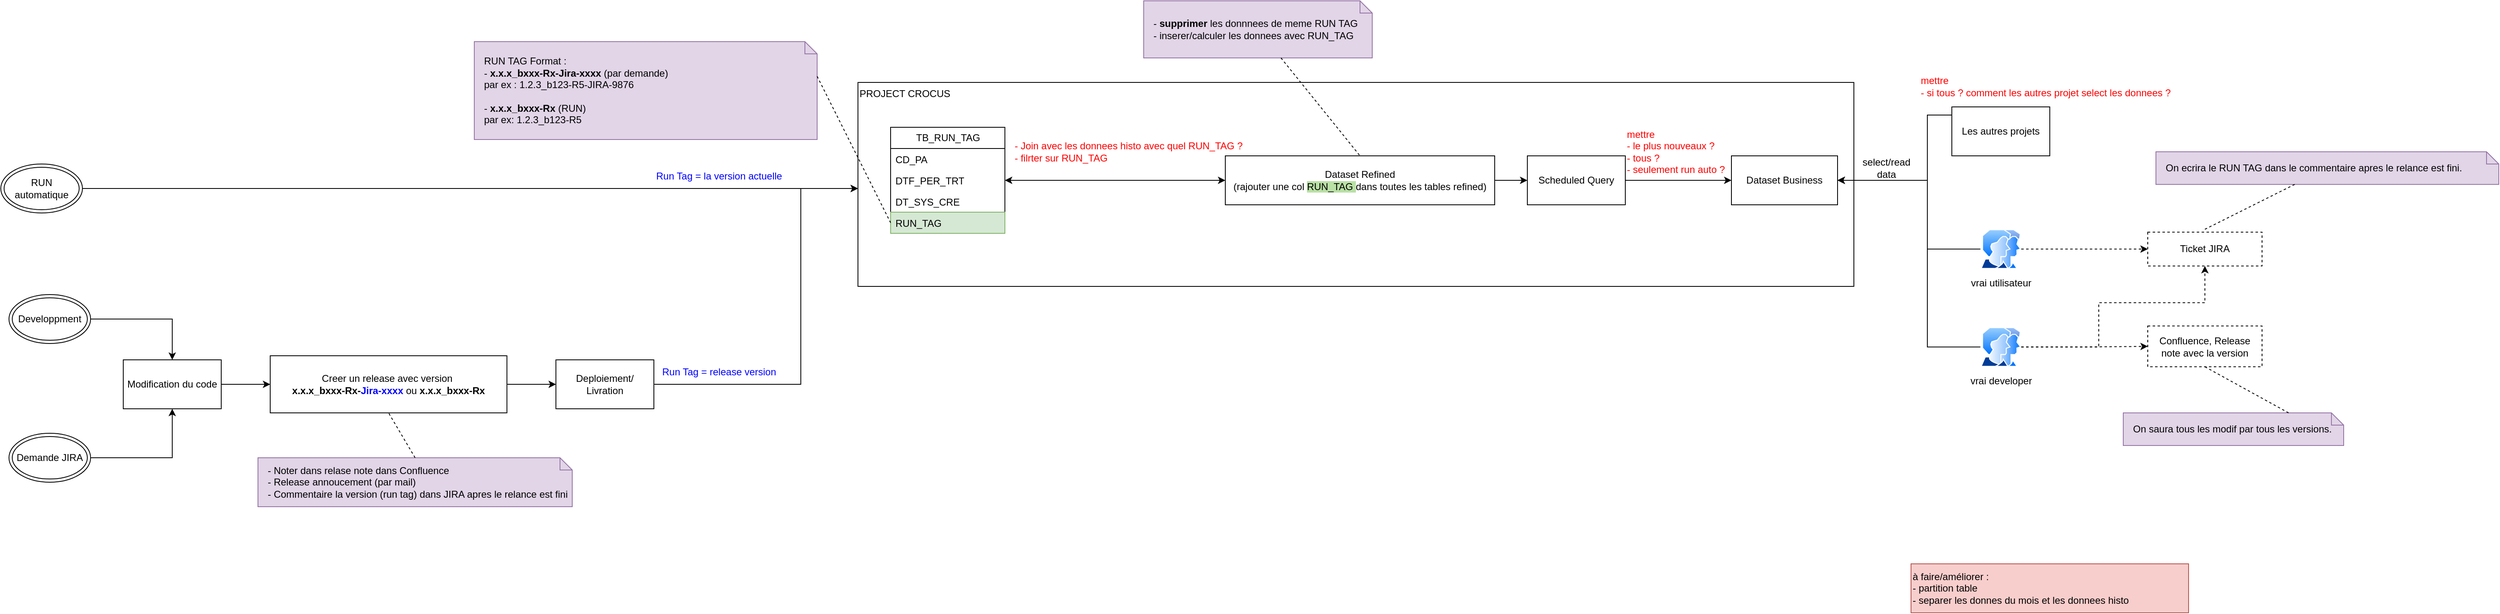
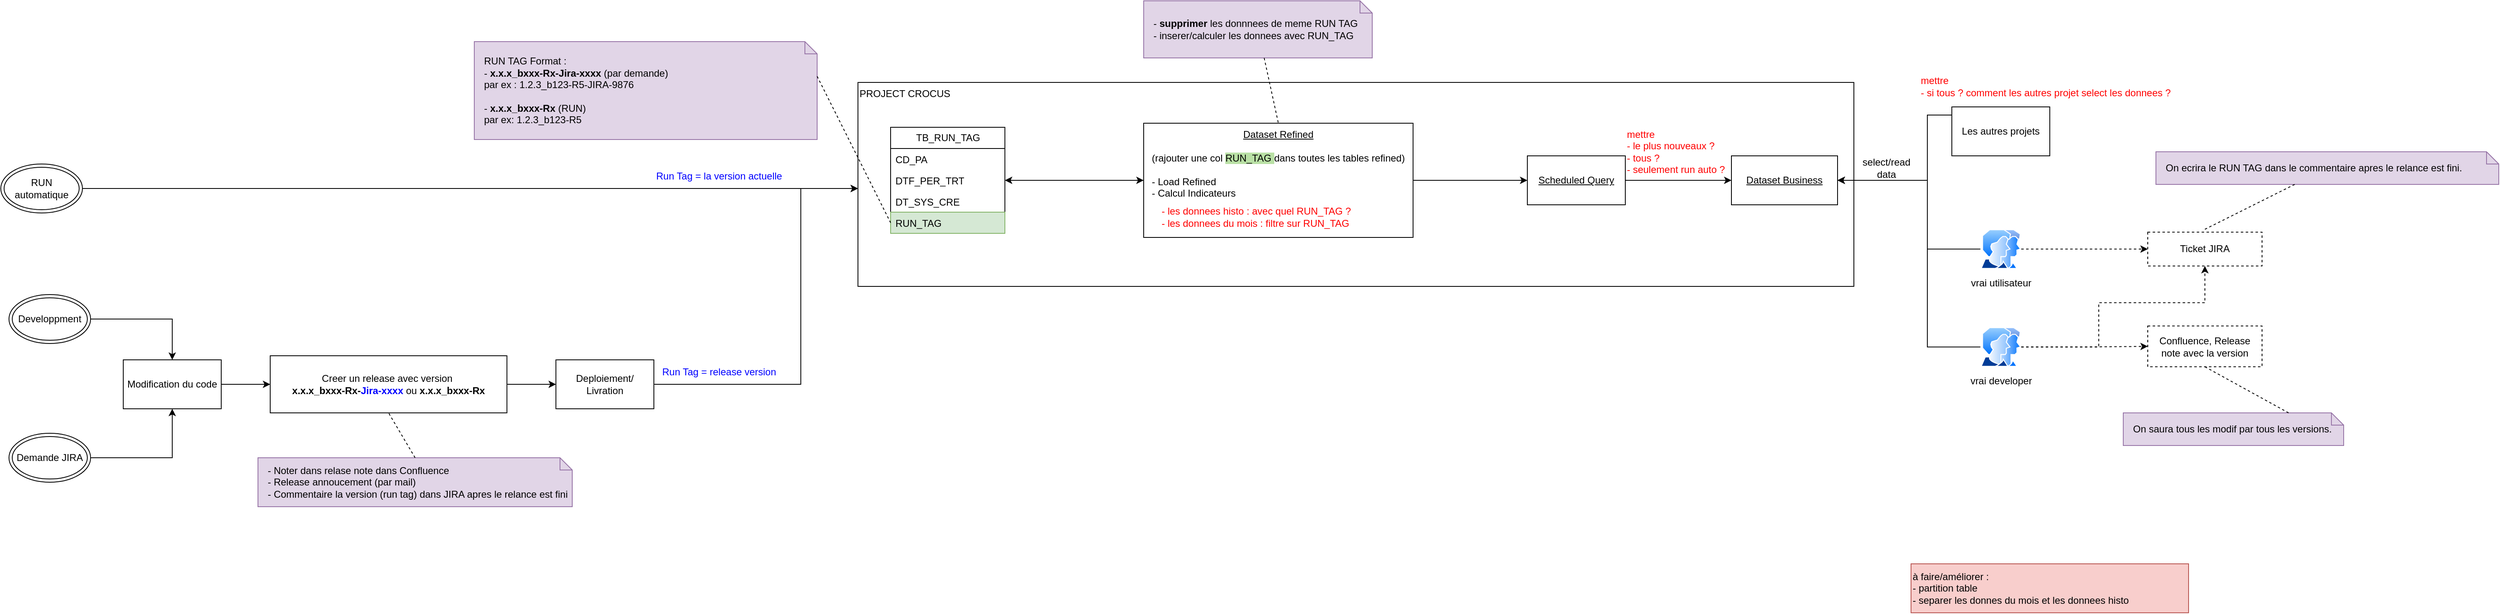
<mxfile host="app.diagrams.net">
  <diagram name="Page-1" id="bEAYSmEDHXBXhFzCy1HB">
    <mxGraphModel dx="2873" dy="1106" grid="1" gridSize="10" guides="1" tooltips="1" connect="1" arrows="1" fold="1" page="1" pageScale="1" pageWidth="827" pageHeight="1169" math="0" shadow="0">
      <root>
        <mxCell id="0" />
        <mxCell id="1" parent="0" />
        <mxCell id="QUzsFoNl6aFI_2ed8XXq-13" parent="1" style="rounded=0;whiteSpace=wrap;html=1;align=left;verticalAlign=top;" value="PROJECT CROCUS" vertex="1">
          <mxGeometry height="250" width="1220" x="380" y="140" as="geometry" />
        </mxCell>
        <mxCell id="QUzsFoNl6aFI_2ed8XXq-1" parent="1" style="swimlane;fontStyle=0;childLayout=stackLayout;horizontal=1;startSize=26;fillColor=none;horizontalStack=0;resizeParent=1;resizeParentMax=0;resizeLast=0;collapsible=1;marginBottom=0;html=1;" value="TB_RUN_TAG" vertex="1">
          <mxGeometry height="130" width="140" x="420" y="195" as="geometry" />
        </mxCell>
        <mxCell id="QUzsFoNl6aFI_2ed8XXq-2" parent="QUzsFoNl6aFI_2ed8XXq-1" style="text;strokeColor=none;fillColor=none;align=left;verticalAlign=top;spacingLeft=4;spacingRight=4;overflow=hidden;rotatable=0;points=[[0,0.5],[1,0.5]];portConstraint=eastwest;whiteSpace=wrap;html=1;" value="CD_PA" vertex="1">
          <mxGeometry height="26" width="140" y="26" as="geometry" />
        </mxCell>
        <mxCell id="QUzsFoNl6aFI_2ed8XXq-3" parent="QUzsFoNl6aFI_2ed8XXq-1" style="text;strokeColor=none;fillColor=none;align=left;verticalAlign=top;spacingLeft=4;spacingRight=4;overflow=hidden;rotatable=0;points=[[0,0.5],[1,0.5]];portConstraint=eastwest;whiteSpace=wrap;html=1;" value="DTF_PER_TRT" vertex="1">
          <mxGeometry height="26" width="140" y="52" as="geometry" />
        </mxCell>
        <mxCell id="QUzsFoNl6aFI_2ed8XXq-4" parent="QUzsFoNl6aFI_2ed8XXq-1" style="text;strokeColor=none;fillColor=none;align=left;verticalAlign=top;spacingLeft=4;spacingRight=4;overflow=hidden;rotatable=0;points=[[0,0.5],[1,0.5]];portConstraint=eastwest;whiteSpace=wrap;html=1;" value="DT_SYS_CRE" vertex="1">
          <mxGeometry height="26" width="140" y="78" as="geometry" />
        </mxCell>
        <mxCell id="QUzsFoNl6aFI_2ed8XXq-5" parent="QUzsFoNl6aFI_2ed8XXq-1" style="text;strokeColor=#82b366;fillColor=#d5e8d4;align=left;verticalAlign=top;spacingLeft=4;spacingRight=4;overflow=hidden;rotatable=0;points=[[0,0.5],[1,0.5]];portConstraint=eastwest;whiteSpace=wrap;html=1;" value="RUN_TAG" vertex="1">
          <mxGeometry height="26" width="140" y="104" as="geometry" />
        </mxCell>
        <mxCell id="QUzsFoNl6aFI_2ed8XXq-7" parent="1" style="shape=note;size=15;align=left;spacingLeft=10;html=1;whiteSpace=wrap;fillColor=#e1d5e7;strokeColor=#9673a6;" value="RUN TAG Format :&amp;nbsp;&lt;div&gt;- &lt;b&gt;x.x.x_bxxx-Rx-Jira-xxxx&lt;/b&gt; (par demande)&amp;nbsp;&lt;/div&gt;&lt;div&gt;par ex : 1.2.3_b123-R5-JIRA-9876&lt;/div&gt;&lt;div&gt;&lt;br&gt;&lt;/div&gt;&lt;div&gt;-&lt;b&gt; x.x.x_bxxx-Rx&lt;/b&gt; (RUN)&lt;/div&gt;&lt;div&gt;&lt;span style=&quot;background-color: transparent; color: light-dark(rgb(0, 0, 0), rgb(255, 255, 255));&quot;&gt;par ex: 1.2.3_b123-R5&lt;/span&gt;&lt;/div&gt;" vertex="1">
          <mxGeometry height="120" width="420" x="-90" y="90" as="geometry" />
        </mxCell>
        <mxCell id="QUzsFoNl6aFI_2ed8XXq-8" edge="1" parent="1" source="QUzsFoNl6aFI_2ed8XXq-7" style="edgeStyle=none;endArrow=none;exitX=0;exitY=0;dashed=1;html=1;rounded=0;entryX=0;entryY=0.5;entryDx=0;entryDy=0;exitDx=420;exitDy=42.5;exitPerimeter=0;" target="QUzsFoNl6aFI_2ed8XXq-5" value="">
          <mxGeometry relative="1" x="1" as="geometry">
            <mxPoint x="590" y="660" as="targetPoint" />
          </mxGeometry>
        </mxCell>
        <mxCell id="QUzsFoNl6aFI_2ed8XXq-10" parent="1" style="rounded=0;whiteSpace=wrap;html=1;dashed=1;" value="Confluence, Release note avec la v&lt;span style=&quot;background-color: transparent; color: light-dark(rgb(0, 0, 0), rgb(255, 255, 255));&quot;&gt;ersion&lt;/span&gt;" vertex="1">
          <mxGeometry height="50" width="140" x="1960" y="438.5" as="geometry" />
        </mxCell>
        <mxCell id="QUzsFoNl6aFI_2ed8XXq-11" parent="1" style="rounded=0;whiteSpace=wrap;html=1;dashed=1;" value="Ticket JIRA" vertex="1">
          <mxGeometry height="41.5" width="140" x="1960" y="323.5" as="geometry" />
        </mxCell>
        <mxCell id="QUzsFoNl6aFI_2ed8XXq-42" edge="1" parent="1" source="QUzsFoNl6aFI_2ed8XXq-12" style="edgeStyle=orthogonalEdgeStyle;rounded=0;orthogonalLoop=1;jettySize=auto;html=1;entryX=1;entryY=0.5;entryDx=0;entryDy=0;startArrow=classic;startFill=1;" target="QUzsFoNl6aFI_2ed8XXq-3">
          <mxGeometry relative="1" as="geometry" />
        </mxCell>
        <mxCell id="QUzsFoNl6aFI_2ed8XXq-50" edge="1" parent="1" source="QUzsFoNl6aFI_2ed8XXq-12" style="edgeStyle=orthogonalEdgeStyle;rounded=0;orthogonalLoop=1;jettySize=auto;html=1;" target="QUzsFoNl6aFI_2ed8XXq-46">
          <mxGeometry relative="1" as="geometry">
            <Array as="points" />
          </mxGeometry>
        </mxCell>
-         <mxCell id="QUzsFoNl6aFI_2ed8XXq-12" parent="1" style="rounded=0;whiteSpace=wrap;html=1;" value="Dataset Refined&lt;div&gt;(rajouter une col &lt;span style=&quot;background-color: rgb(185, 224, 165);&quot;&gt;RUN_TAG &lt;/span&gt;dans toutes les tables refined)&lt;/div&gt;" vertex="1">
-           <mxGeometry height="60" width="330" x="830" y="230" as="geometry" />
+         <mxCell id="QUzsFoNl6aFI_2ed8XXq-12" parent="1" style="rounded=0;whiteSpace=wrap;html=1;verticalAlign=top;" value="&lt;u&gt;Dataset Refined&lt;/u&gt;&lt;div&gt;&lt;u&gt;&lt;br&gt;&lt;/u&gt;&lt;div&gt;(rajouter une col &lt;span style=&quot;background-color: rgb(185, 224, 165);&quot;&gt;RUN_TAG &lt;/span&gt;dans toutes les tables refined)&lt;/div&gt;&lt;div&gt;&lt;br&gt;&lt;/div&gt;&lt;div style=&quot;text-align: left;&quot;&gt;- Load Refined&amp;nbsp; &amp;nbsp; &amp;nbsp; &amp;nbsp;&lt;/div&gt;&lt;div style=&quot;text-align: left;&quot;&gt;- Calcul Indicateurs&lt;/div&gt;&lt;/div&gt;" vertex="1">
+           <mxGeometry height="140" width="330" x="730" y="190" as="geometry" />
        </mxCell>
        <mxCell id="QUzsFoNl6aFI_2ed8XXq-27" edge="1" parent="1" source="QUzsFoNl6aFI_2ed8XXq-33" style="edgeStyle=orthogonalEdgeStyle;rounded=0;orthogonalLoop=1;jettySize=auto;html=1;entryX=0.5;entryY=0;entryDx=0;entryDy=0;" target="QUzsFoNl6aFI_2ed8XXq-23">
          <mxGeometry relative="1" as="geometry">
            <mxPoint x="-760" y="325" as="sourcePoint" />
          </mxGeometry>
        </mxCell>
        <mxCell id="QUzsFoNl6aFI_2ed8XXq-29" edge="1" parent="1" source="QUzsFoNl6aFI_2ed8XXq-34" style="edgeStyle=orthogonalEdgeStyle;rounded=0;orthogonalLoop=1;jettySize=auto;html=1;entryX=0.5;entryY=1;entryDx=0;entryDy=0;" target="QUzsFoNl6aFI_2ed8XXq-23">
          <mxGeometry relative="1" as="geometry">
            <mxPoint x="-820" y="785" as="sourcePoint" />
          </mxGeometry>
        </mxCell>
        <mxCell id="QUzsFoNl6aFI_2ed8XXq-19" parent="1" style="text;html=1;whiteSpace=wrap;strokeColor=none;fillColor=none;align=center;verticalAlign=middle;rounded=0;fontColor=#0000FF;" value="Run Tag = la version actuelle" vertex="1">
          <mxGeometry height="30" width="200" x="110" y="240" as="geometry" />
        </mxCell>
        <mxCell id="QUzsFoNl6aFI_2ed8XXq-28" edge="1" parent="1" source="QUzsFoNl6aFI_2ed8XXq-23" style="edgeStyle=orthogonalEdgeStyle;rounded=0;orthogonalLoop=1;jettySize=auto;html=1;" target="QUzsFoNl6aFI_2ed8XXq-25">
          <mxGeometry relative="1" as="geometry" />
        </mxCell>
        <mxCell id="QUzsFoNl6aFI_2ed8XXq-23" parent="1" style="rounded=0;whiteSpace=wrap;html=1;" value="Modification du code" vertex="1">
          <mxGeometry height="60" width="120" x="-520" y="480" as="geometry" />
        </mxCell>
        <mxCell id="QUzsFoNl6aFI_2ed8XXq-31" edge="1" parent="1" source="QUzsFoNl6aFI_2ed8XXq-24" style="edgeStyle=orthogonalEdgeStyle;rounded=0;orthogonalLoop=1;jettySize=auto;html=1;" target="QUzsFoNl6aFI_2ed8XXq-13">
          <mxGeometry relative="1" as="geometry">
            <Array as="points">
              <mxPoint x="310" y="510" />
              <mxPoint x="310" y="270" />
            </Array>
          </mxGeometry>
        </mxCell>
        <mxCell id="QUzsFoNl6aFI_2ed8XXq-24" parent="1" style="rounded=0;whiteSpace=wrap;html=1;" value="Deploiement/ Livration" vertex="1">
          <mxGeometry height="60" width="120" x="10" y="480" as="geometry" />
        </mxCell>
        <mxCell id="QUzsFoNl6aFI_2ed8XXq-30" edge="1" parent="1" source="QUzsFoNl6aFI_2ed8XXq-25" style="edgeStyle=orthogonalEdgeStyle;rounded=0;orthogonalLoop=1;jettySize=auto;html=1;entryX=0;entryY=0.5;entryDx=0;entryDy=0;" target="QUzsFoNl6aFI_2ed8XXq-24">
          <mxGeometry relative="1" as="geometry" />
        </mxCell>
        <mxCell id="QUzsFoNl6aFI_2ed8XXq-25" parent="1" style="rounded=0;whiteSpace=wrap;html=1;" value="Creer un release avec version&amp;nbsp;&lt;div&gt;&lt;span style=&quot;text-align: left;&quot;&gt;&lt;b&gt;x.x.x_bxxx-Rx-&lt;font style=&quot;color: rgb(0, 0, 255);&quot;&gt;Jira-xxxx&lt;/font&gt;&lt;/b&gt; ou&amp;nbsp;&lt;/span&gt;&lt;span style=&quot;text-align: left;&quot;&gt;&lt;b&gt;x.x.x_bxxx-Rx&lt;/b&gt;&lt;/span&gt;&lt;/div&gt;" vertex="1">
          <mxGeometry height="70" width="290" x="-340" y="475" as="geometry" />
        </mxCell>
        <mxCell id="QUzsFoNl6aFI_2ed8XXq-33" parent="1" style="ellipse;shape=doubleEllipse;whiteSpace=wrap;html=1;" value="Developpment" vertex="1">
          <mxGeometry height="60" width="100" x="-660" y="400" as="geometry" />
        </mxCell>
        <mxCell id="QUzsFoNl6aFI_2ed8XXq-34" parent="1" style="ellipse;shape=doubleEllipse;whiteSpace=wrap;html=1;" value="Demande JIRA" vertex="1">
          <mxGeometry height="60" width="100" x="-660" y="570" as="geometry" />
        </mxCell>
        <mxCell id="QUzsFoNl6aFI_2ed8XXq-36" edge="1" parent="1" source="QUzsFoNl6aFI_2ed8XXq-35" style="edgeStyle=orthogonalEdgeStyle;rounded=0;orthogonalLoop=1;jettySize=auto;html=1;" target="QUzsFoNl6aFI_2ed8XXq-13">
          <mxGeometry relative="1" as="geometry">
            <Array as="points">
              <mxPoint x="40" y="270" />
              <mxPoint x="40" y="270" />
            </Array>
          </mxGeometry>
        </mxCell>
        <mxCell id="QUzsFoNl6aFI_2ed8XXq-35" parent="1" style="ellipse;shape=doubleEllipse;whiteSpace=wrap;html=1;" value="RUN automatique" vertex="1">
          <mxGeometry height="60" width="100" x="-670" y="240" as="geometry" />
        </mxCell>
        <mxCell id="QUzsFoNl6aFI_2ed8XXq-37" parent="1" style="text;html=1;whiteSpace=wrap;strokeColor=none;fillColor=none;align=center;verticalAlign=middle;rounded=0;fontColor=#0000FF;" value="Run Tag = release version" vertex="1">
          <mxGeometry height="30" width="200" x="110" y="480" as="geometry" />
        </mxCell>
        <mxCell id="QUzsFoNl6aFI_2ed8XXq-38" parent="1" style="shape=note;size=15;align=left;spacingLeft=10;html=1;whiteSpace=wrap;fillColor=#e1d5e7;strokeColor=#9673a6;" value="- Noter dans relase note dans Confluence&lt;div&gt;- Release annoucement (par mail)&lt;/div&gt;&lt;div&gt;- Commentaire la version (run tag) dans JIRA apres le relance est fini&lt;/div&gt;" vertex="1">
          <mxGeometry height="60" width="385" x="-355" y="600" as="geometry" />
        </mxCell>
        <mxCell id="QUzsFoNl6aFI_2ed8XXq-39" edge="1" parent="1" source="QUzsFoNl6aFI_2ed8XXq-38" style="edgeStyle=none;endArrow=none;exitX=0.5;exitY=0;dashed=1;html=1;rounded=0;entryX=0.5;entryY=1;entryDx=0;entryDy=0;exitDx=0;exitDy=0;exitPerimeter=0;" target="QUzsFoNl6aFI_2ed8XXq-25" value="">
          <mxGeometry relative="1" x="1" as="geometry">
            <mxPoint x="710" y="660" as="sourcePoint" />
            <mxPoint x="762" y="510" as="targetPoint" />
          </mxGeometry>
        </mxCell>
        <mxCell id="QUzsFoNl6aFI_2ed8XXq-40" parent="1" style="shape=note;size=15;align=left;spacingLeft=10;html=1;whiteSpace=wrap;fillColor=#e1d5e7;strokeColor=#9673a6;" value="- &lt;b&gt;supprimer &lt;/b&gt;les donnnees de meme RUN TAG&lt;div&gt;- inserer/calculer les donnees avec RUN_TAG&lt;/div&gt;" vertex="1">
          <mxGeometry height="70" width="280" x="730" y="40" as="geometry" />
        </mxCell>
        <mxCell id="QUzsFoNl6aFI_2ed8XXq-41" edge="1" parent="1" source="QUzsFoNl6aFI_2ed8XXq-40" style="edgeStyle=none;endArrow=none;dashed=1;html=1;rounded=0;entryX=0.5;entryY=0;entryDx=0;entryDy=0;" target="QUzsFoNl6aFI_2ed8XXq-12" value="">
          <mxGeometry relative="1" x="1" as="geometry">
            <mxPoint x="720" y="650" as="sourcePoint" />
            <mxPoint x="772" y="500" as="targetPoint" />
          </mxGeometry>
        </mxCell>
-         <mxCell id="QUzsFoNl6aFI_2ed8XXq-43" parent="1" style="text;html=1;whiteSpace=wrap;strokeColor=none;fillColor=none;align=left;verticalAlign=middle;rounded=0;" value="&lt;font style=&quot;color: rgb(255, 0, 0);&quot;&gt;- Join avec les donnees histo avec quel RUN_TAG ?&lt;/font&gt;&lt;div&gt;&lt;font style=&quot;color: rgb(255, 0, 0);&quot;&gt;- filrter sur RUN_TAG&lt;/font&gt;&lt;/div&gt;" vertex="1">
-           <mxGeometry height="30" width="290" x="570" y="210" as="geometry" />
-         </mxCell>
-         <mxCell id="QUzsFoNl6aFI_2ed8XXq-45" parent="1" style="rounded=0;whiteSpace=wrap;html=1;" value="Dataset Business" vertex="1">
+         <mxCell id="QUzsFoNl6aFI_2ed8XXq-43" parent="1" style="text;html=1;whiteSpace=wrap;strokeColor=none;fillColor=none;align=left;verticalAlign=middle;rounded=0;" value="&lt;font style=&quot;color: rgb(255, 0, 0);&quot;&gt;- les donnees histo : avec quel RUN_TAG ?&lt;/font&gt;&lt;div&gt;&lt;font style=&quot;color: rgb(255, 0, 0);&quot;&gt;- les donnees du mois : f&lt;/font&gt;&lt;span style=&quot;color: light-dark(rgb(255, 0, 0), rgb(255, 144, 144)); background-color: transparent;&quot;&gt;iltre sur RUN_TAG&lt;/span&gt;&lt;/div&gt;" vertex="1">
+           <mxGeometry height="30" width="290" x="750" y="290" as="geometry" />
+         </mxCell>
+         <mxCell id="QUzsFoNl6aFI_2ed8XXq-45" parent="1" style="rounded=0;whiteSpace=wrap;html=1;" value="&lt;u&gt;Dataset Business&lt;/u&gt;" vertex="1">
          <mxGeometry height="60" width="130" x="1450" y="230" as="geometry" />
        </mxCell>
        <mxCell id="QUzsFoNl6aFI_2ed8XXq-48" edge="1" parent="1" source="QUzsFoNl6aFI_2ed8XXq-46" style="edgeStyle=orthogonalEdgeStyle;rounded=0;orthogonalLoop=1;jettySize=auto;html=1;" target="QUzsFoNl6aFI_2ed8XXq-45">
          <mxGeometry relative="1" as="geometry" />
        </mxCell>
-         <mxCell id="QUzsFoNl6aFI_2ed8XXq-46" parent="1" style="rounded=0;whiteSpace=wrap;html=1;" value="Scheduled Query" vertex="1">
+         <mxCell id="QUzsFoNl6aFI_2ed8XXq-46" parent="1" style="rounded=0;whiteSpace=wrap;html=1;" value="&lt;u&gt;Scheduled Query&lt;/u&gt;" vertex="1">
          <mxGeometry height="60" width="120" x="1200" y="230" as="geometry" />
        </mxCell>
        <mxCell id="QUzsFoNl6aFI_2ed8XXq-51" parent="1" style="text;html=1;whiteSpace=wrap;strokeColor=none;fillColor=none;align=left;verticalAlign=middle;rounded=0;fontColor=#FF0000;" value="mettre&amp;nbsp;&lt;div&gt;- le plus nouveaux ?&lt;/div&gt;&lt;div&gt;- tous ?&lt;/div&gt;&lt;div&gt;- seulement run auto ?&lt;/div&gt;" vertex="1">
          <mxGeometry height="30" width="370" x="1320" y="210" as="geometry" />
        </mxCell>
        <mxCell id="QUzsFoNl6aFI_2ed8XXq-59" edge="1" parent="1" source="QUzsFoNl6aFI_2ed8XXq-52" style="edgeStyle=orthogonalEdgeStyle;rounded=0;orthogonalLoop=1;jettySize=auto;html=1;entryX=1;entryY=0.5;entryDx=0;entryDy=0;" target="QUzsFoNl6aFI_2ed8XXq-45">
          <mxGeometry relative="1" as="geometry">
            <Array as="points">
              <mxPoint x="1690" y="180" />
              <mxPoint x="1690" y="260" />
            </Array>
          </mxGeometry>
        </mxCell>
        <mxCell id="QUzsFoNl6aFI_2ed8XXq-52" parent="1" style="rounded=0;whiteSpace=wrap;html=1;" value="Les autres projets" vertex="1">
          <mxGeometry height="60" width="120" x="1720" y="170" as="geometry" />
        </mxCell>
        <mxCell id="QUzsFoNl6aFI_2ed8XXq-58" edge="1" parent="1" source="QUzsFoNl6aFI_2ed8XXq-57" style="edgeStyle=orthogonalEdgeStyle;rounded=0;orthogonalLoop=1;jettySize=auto;html=1;entryX=1;entryY=0.5;entryDx=0;entryDy=0;" target="QUzsFoNl6aFI_2ed8XXq-45">
          <mxGeometry relative="1" as="geometry">
            <Array as="points">
              <mxPoint x="1690" y="344" />
              <mxPoint x="1690" y="260" />
            </Array>
          </mxGeometry>
        </mxCell>
        <mxCell id="QUzsFoNl6aFI_2ed8XXq-65" edge="1" parent="1" source="QUzsFoNl6aFI_2ed8XXq-57" style="edgeStyle=orthogonalEdgeStyle;rounded=0;orthogonalLoop=1;jettySize=auto;html=1;dashed=1;" target="QUzsFoNl6aFI_2ed8XXq-11">
          <mxGeometry relative="1" as="geometry" />
        </mxCell>
        <mxCell id="QUzsFoNl6aFI_2ed8XXq-57" parent="1" style="image;aspect=fixed;perimeter=ellipsePerimeter;html=1;align=center;shadow=0;dashed=0;spacingTop=3;image=img/lib/active_directory/user_accounts.svg;" value="vrai utilisateur" vertex="1">
          <mxGeometry height="48.5" width="50" x="1755" y="320" as="geometry" />
        </mxCell>
        <mxCell id="QUzsFoNl6aFI_2ed8XXq-60" parent="1" style="text;html=1;whiteSpace=wrap;strokeColor=none;fillColor=none;align=center;verticalAlign=middle;rounded=0;" value="select/read data" vertex="1">
          <mxGeometry height="30" width="60" x="1610" y="230" as="geometry" />
        </mxCell>
        <mxCell id="QUzsFoNl6aFI_2ed8XXq-63" edge="1" parent="1" source="QUzsFoNl6aFI_2ed8XXq-62" style="edgeStyle=orthogonalEdgeStyle;rounded=0;orthogonalLoop=1;jettySize=auto;html=1;entryX=1;entryY=0.5;entryDx=0;entryDy=0;" target="QUzsFoNl6aFI_2ed8XXq-45">
          <mxGeometry relative="1" as="geometry">
            <Array as="points">
              <mxPoint x="1690" y="464" />
              <mxPoint x="1690" y="260" />
            </Array>
          </mxGeometry>
        </mxCell>
        <mxCell id="QUzsFoNl6aFI_2ed8XXq-66" edge="1" parent="1" source="QUzsFoNl6aFI_2ed8XXq-62" style="edgeStyle=orthogonalEdgeStyle;rounded=0;orthogonalLoop=1;jettySize=auto;html=1;dashed=1;" target="QUzsFoNl6aFI_2ed8XXq-10">
          <mxGeometry relative="1" as="geometry" />
        </mxCell>
        <mxCell id="QUzsFoNl6aFI_2ed8XXq-68" edge="1" parent="1" source="QUzsFoNl6aFI_2ed8XXq-62" style="edgeStyle=orthogonalEdgeStyle;rounded=0;orthogonalLoop=1;jettySize=auto;html=1;entryX=0.5;entryY=1;entryDx=0;entryDy=0;dashed=1;" target="QUzsFoNl6aFI_2ed8XXq-11">
          <mxGeometry relative="1" as="geometry">
            <Array as="points">
              <mxPoint x="1900" y="464" />
              <mxPoint x="1900" y="410" />
              <mxPoint x="2030" y="410" />
            </Array>
          </mxGeometry>
        </mxCell>
        <mxCell id="QUzsFoNl6aFI_2ed8XXq-62" parent="1" style="image;aspect=fixed;perimeter=ellipsePerimeter;html=1;align=center;shadow=0;dashed=0;spacingTop=3;image=img/lib/active_directory/user_accounts.svg;" value="vrai developer" vertex="1">
          <mxGeometry height="48.5" width="50" x="1755" y="440" as="geometry" />
        </mxCell>
        <mxCell id="QUzsFoNl6aFI_2ed8XXq-69" parent="1" style="shape=note;size=15;align=left;spacingLeft=10;html=1;whiteSpace=wrap;fillColor=#e1d5e7;strokeColor=#9673a6;" value="On ecrira le RUN TAG dans le commentaire apres le relance est fini." vertex="1">
          <mxGeometry height="40" width="420" x="1970" y="225" as="geometry" />
        </mxCell>
        <mxCell id="QUzsFoNl6aFI_2ed8XXq-70" edge="1" parent="1" source="QUzsFoNl6aFI_2ed8XXq-69" style="edgeStyle=none;endArrow=none;dashed=1;html=1;rounded=0;" value="">
          <mxGeometry relative="1" x="1" as="geometry">
            <mxPoint x="970" y="210" as="sourcePoint" />
            <mxPoint x="2030" y="320" as="targetPoint" />
          </mxGeometry>
        </mxCell>
        <mxCell id="QUzsFoNl6aFI_2ed8XXq-71" parent="1" style="shape=note;size=15;align=left;spacingLeft=10;html=1;whiteSpace=wrap;fillColor=#e1d5e7;strokeColor=#9673a6;" value="On saura tous les modif par tous les versions." vertex="1">
          <mxGeometry height="40" width="270" x="1930" y="545" as="geometry" />
        </mxCell>
        <mxCell id="QUzsFoNl6aFI_2ed8XXq-72" edge="1" parent="1" source="QUzsFoNl6aFI_2ed8XXq-71" style="edgeStyle=none;endArrow=none;dashed=1;html=1;rounded=0;entryX=0.5;entryY=1;entryDx=0;entryDy=0;exitX=0;exitY=0;exitDx=202.5;exitDy=0;exitPerimeter=0;" target="QUzsFoNl6aFI_2ed8XXq-10" value="">
          <mxGeometry relative="1" x="1" as="geometry">
            <mxPoint x="2180" y="470" as="sourcePoint" />
            <mxPoint x="2070" y="525" as="targetPoint" />
          </mxGeometry>
        </mxCell>
        <mxCell id="QUzsFoNl6aFI_2ed8XXq-73" parent="1" style="text;html=1;whiteSpace=wrap;strokeColor=none;fillColor=none;align=left;verticalAlign=middle;rounded=0;fontColor=#FF0000;" value="mettre&amp;nbsp;&lt;div&gt;&lt;span style=&quot;background-color: transparent; color: light-dark(rgb(255, 0, 0), rgb(255, 144, 144));&quot;&gt;- si tous ? comment les autres projet select les donnees ?&lt;/span&gt;&lt;/div&gt;" vertex="1">
          <mxGeometry height="30" width="370" x="1680" y="130" as="geometry" />
        </mxCell>
        <mxCell id="QUzsFoNl6aFI_2ed8XXq-74" parent="1" style="rounded=0;whiteSpace=wrap;html=1;align=left;fillColor=#f8cecc;strokeColor=#b85450;" value="à faire/améliorer :&lt;div&gt;- partition table&lt;/div&gt;&lt;div&gt;- separer les donnes du mois et les donnees histo&lt;/div&gt;" vertex="1">
          <mxGeometry height="60" width="340" x="1670" y="730" as="geometry" />
        </mxCell>
      </root>
    </mxGraphModel>
  </diagram>
</mxfile>
